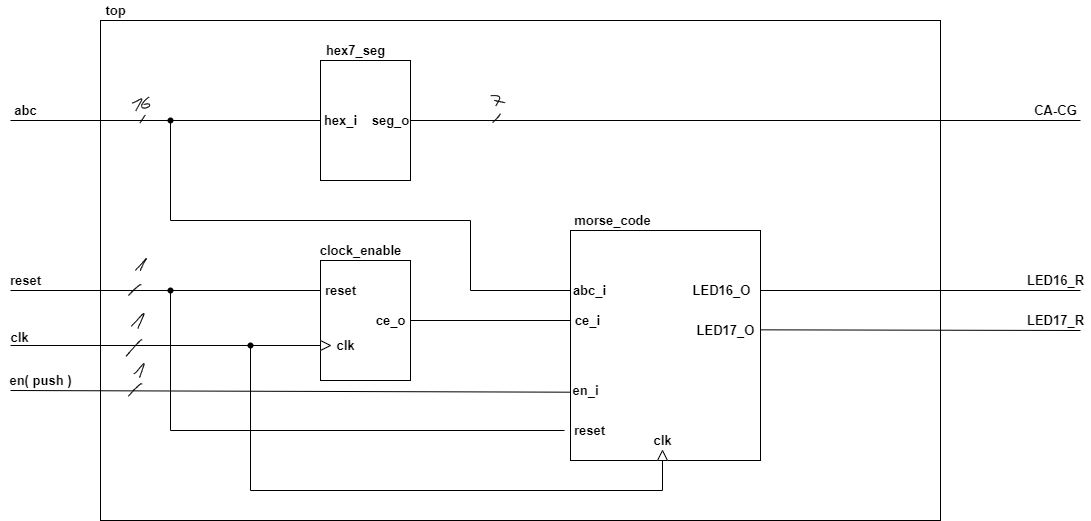
Earlier version of the draw.io export labs/project/top.png (Marxs31/digital-electronics-1). Source tidied: cells renumbered, new cells last; positions are measured from the earlier drawing's top-left corner, leaving out a move shared by most shapes.
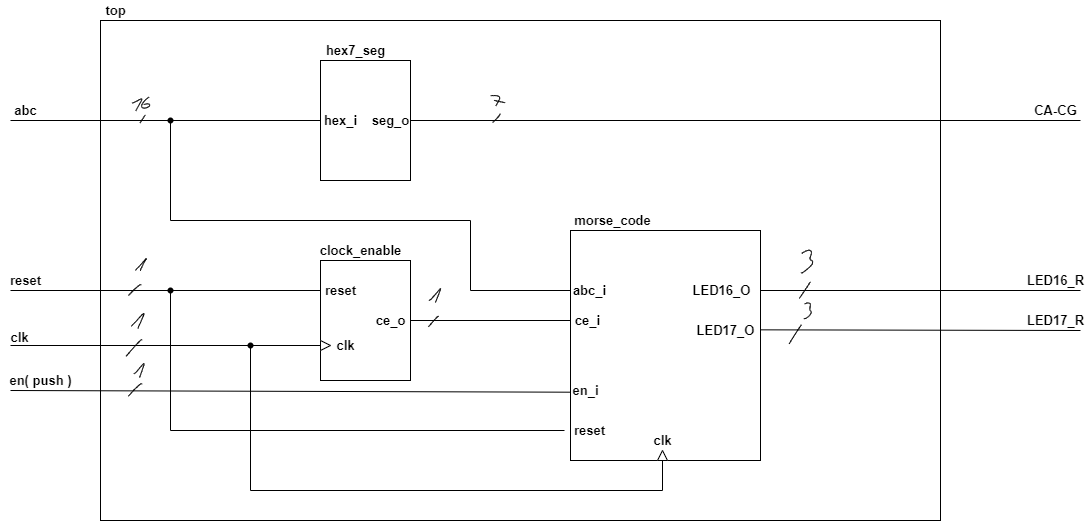
Later version of the same file.

Diff of the diagram source:
```diff
@@ -213,5 +213,23 @@
     <mxCell id="60" style="shape=(stored shape, 360 characters);fillColor=none;fontSize=13;" parent="1" vertex="1">
       <mxGeometry x="133.3" y="362.9" width="10.3" height="14.2" as="geometry" />
     </mxCell>
+    <mxCell id="61" style="shape=(stored shape, 244 characters);fillColor=none;fontSize=13;" parent="1" vertex="1">
+      <mxGeometry x="427.9" y="315.8" width="10.4" height="10.4" as="geometry" />
+    </mxCell>
+    <mxCell id="62" style="shape=(stored shape, 368 characters);fillColor=none;fontSize=13;" parent="1" vertex="1">
+      <mxGeometry x="428.3" y="288" width="11.8" height="14.1" as="geometry" />
+    </mxCell>
+    <mxCell id="63" style="shape=(stored shape, 280 characters);fillColor=none;fontSize=13;" parent="1" vertex="1">
+      <mxGeometry x="798.8" y="281.7" width="11.2" height="16.2" as="geometry" />
+    </mxCell>
+    <mxCell id="64" style="shape=(stored shape, 260 characters);fillColor=none;fontSize=13;" parent="1" vertex="1">
+      <mxGeometry x="788.8" y="324.2" width="12.1" height="19.2" as="geometry" />
+    </mxCell>
+    <mxCell id="65" style="shape=(stored shape, 464 characters);fillColor=none;fontSize=13;" parent="1" vertex="1">
+      <mxGeometry x="800.4" y="249.7" width="11.7" height="22.8" as="geometry" />
+    </mxCell>
+    <mxCell id="66" style="shape=(stored shape, 452 characters);fillColor=none;fontSize=13;" parent="1" vertex="1">
+      <mxGeometry x="803.3" y="302.4" width="7.5" height="16" as="geometry" />
+    </mxCell>
   </root>
 </mxGraphModel>
```
